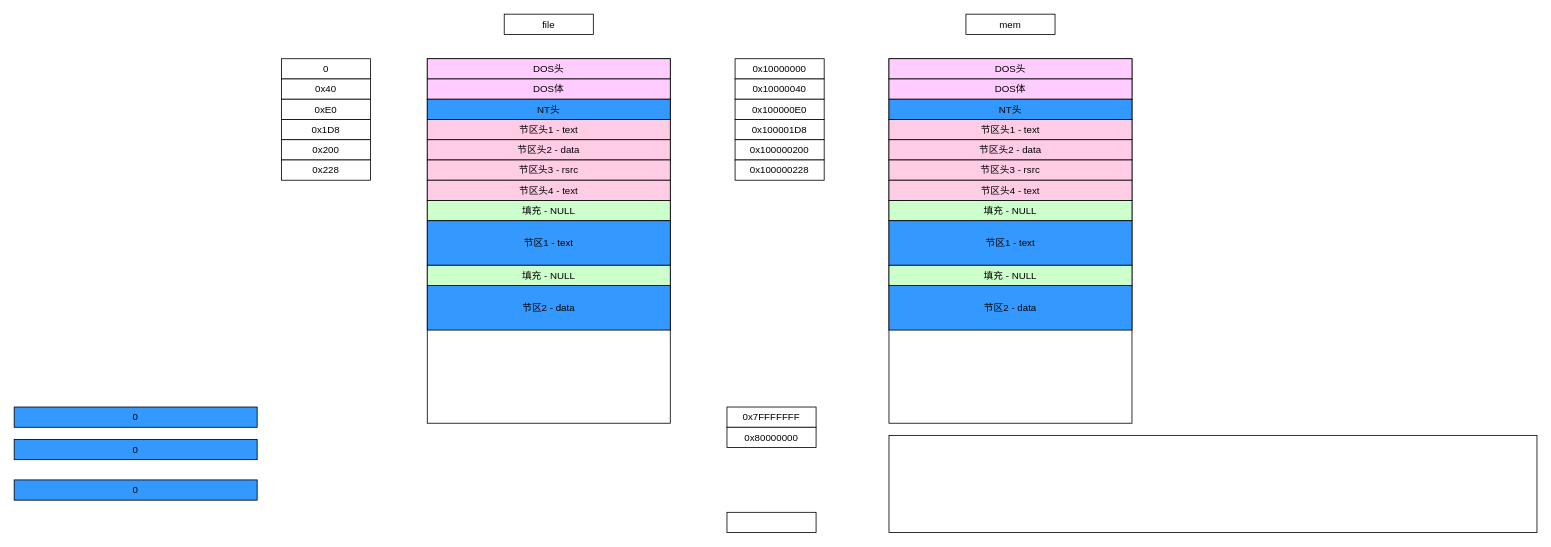
This is 内存PE结构.drawio from idbanfan/drawio, a draw.io file, before an edit. Source tidied: cells renumbered, new cells numbered last; positions are measured from the earlier drawing's top-left corner, leaving out a move shared by most shapes. Both pictures are drawn from the tidied source at 81%, with x=0, y=0 at pixel (14, 14).
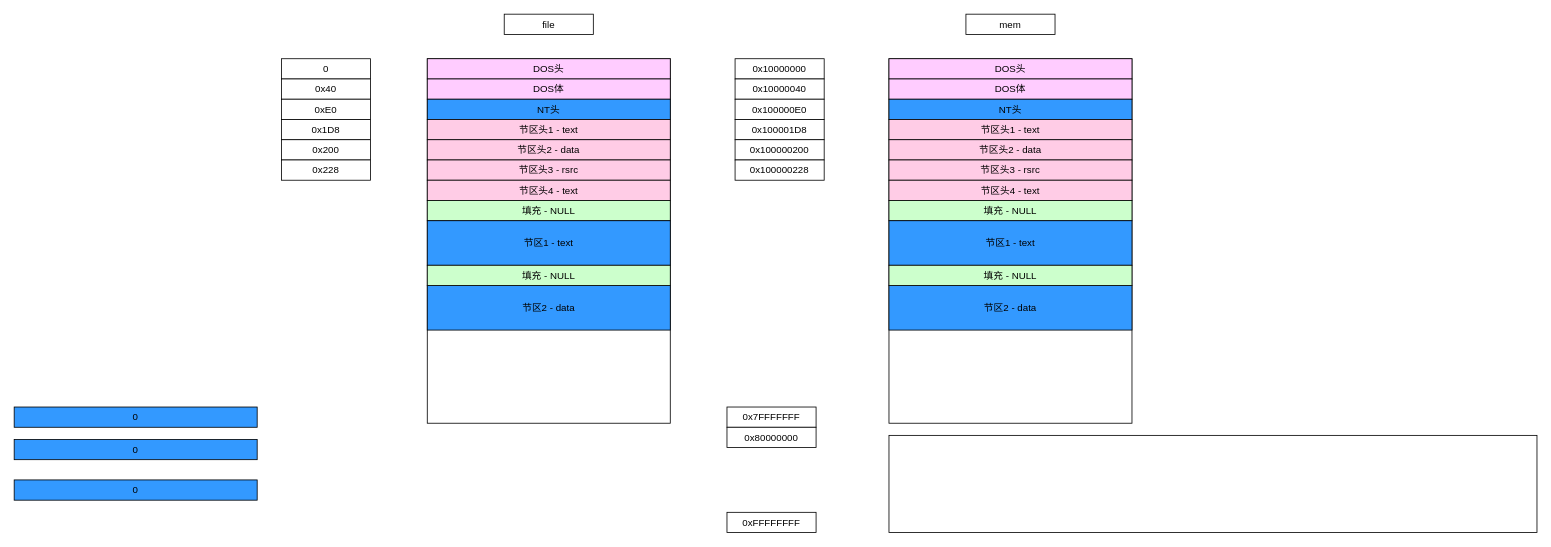
Above is the later version.

Commit message (it also covers changes not shown here):
更新内存PE结构.drawio

The edit, as a diff of the source:
```diff
@@
-    <mxCell id="5" style="rounded=0;whiteSpace=wrap;html=1;" parent="1" vertex="1">
+    <mxCell id="5" value="0xFFFFFFFF" style="rounded=0;whiteSpace=wrap;html=1;" parent="1" vertex="1">
       <mxGeometry x="880" y="615" width="110" height="25" as="geometry" />
     </mxCell>
```
